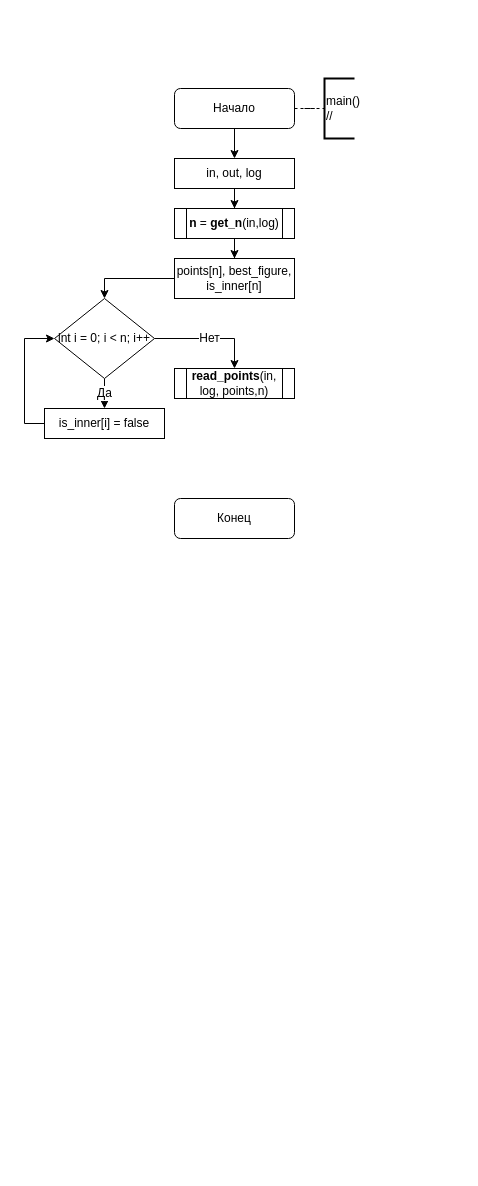
The draw.io diagram kursach/diagram.drawio in Nekttuman/Prog_labs, before the edit. Source tidied: cells renumbered, new cells numbered last; positions are measured from the earlier drawing's top-left corner, leaving out a move shared by most shapes. Both pictures are drawn from the tidied source at 100%, with x=0, y=0 at pixel (24, 78).
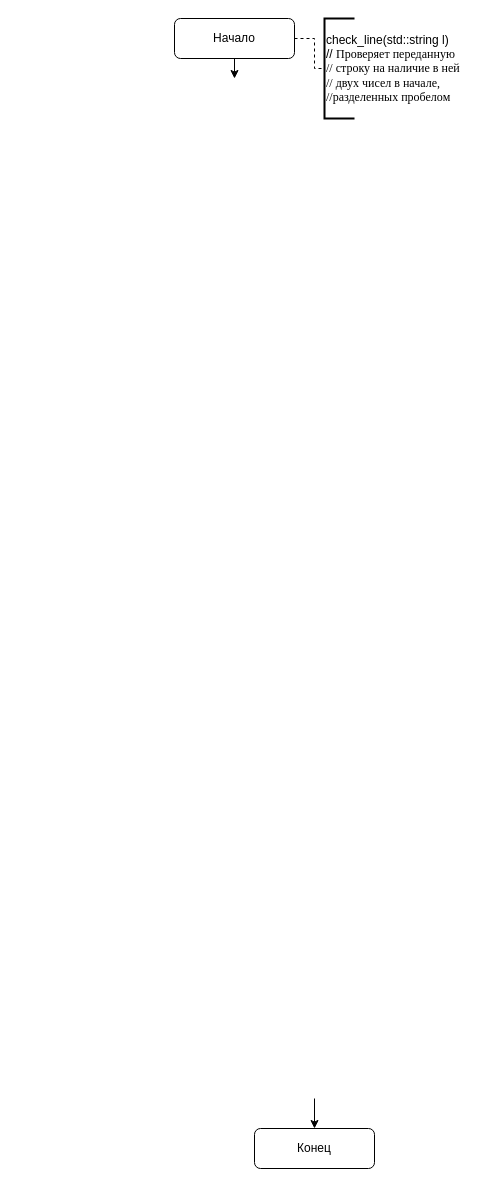
The same diagram, later.

Diff of the diagram source:
```diff
@@
-    <mxCell id="2" style="edgeStyle=orthogonalEdgeStyle;rounded=0;jettySize=auto;html=1;entryX=0.5;entryY=0;entryDx=0;entryDy=0;" parent="1" edge="1" source="4" target="7">
-      <mxGeometry relative="1" as="geometry" />
+    <mxCell id="2" style="edgeStyle=orthogonalEdgeStyle;rounded=0;jettySize=auto;html=1;entryX=0.5;entryY=0;entryDx=0;entryDy=0;" parent="1" edge="1" source="4">
+      <mxGeometry relative="1" as="geometry">
+        <mxPoint x="210" as="targetPoint" />
+      </mxGeometry>
     </mxCell>
@@
     <mxCell id="4" value="Начало" style="rounded=1;whiteSpace=wrap;html=1;fontSize=12;glass=0;strokeWidth=1;shadow=0;" parent="1" vertex="1">
-      <mxGeometry x="150" y="10" width="120" height="40" as="geometry" />
+      <mxGeometry x="150" y="-60" width="120" height="40" as="geometry" />
     </mxCell>
     <mxCell id="5" value="Конец" style="rounded=1;whiteSpace=wrap;html=1;fontSize=12;glass=0;strokeWidth=1;shadow=0;" parent="1" vertex="1">
-      <mxGeometry x="150" y="420" width="120" height="40" as="geometry" />
+      <mxGeometry x="230" y="1050" width="120" height="40" as="geometry" />
     </mxCell>
-    <mxCell id="6" style="edgeStyle=orthogonalEdgeStyle;rounded=0;jettySize=auto;html=1;entryX=0.5;entryY=0;entryDx=0;entryDy=0;" parent="1" edge="1" source="7" target="9">
-      <mxGeometry relative="1" as="geometry" />
-    </mxCell>
-    <mxCell id="7" value="in, out, log" style="rounded=0;whiteSpace=wrap;html=1;" parent="1" vertex="1">
-      <mxGeometry x="150" y="80" width="120" height="30" as="geometry" />
-    </mxCell>
-    <mxCell id="8" style="edgeStyle=orthogonalEdgeStyle;rounded=0;jettySize=auto;html=1;entryX=0.5;entryY=0;entryDx=0;entryDy=0;" parent="1" edge="1" source="9" target="11">
-      <mxGeometry relative="1" as="geometry" />
-    </mxCell>
-    <mxCell id="9" value="&lt;b&gt;n&lt;/b&gt; = &lt;b&gt;get_n&lt;/b&gt;(in,log)" style="shape=process;whiteSpace=wrap;html=1;backgroundOutline=1;" parent="1" vertex="1">
-      <mxGeometry x="150" y="130" width="120" height="30" as="geometry" />
-    </mxCell>
-    <mxCell id="10" style="edgeStyle=orthogonalEdgeStyle;rounded=0;jettySize=auto;html=1;entryX=0.5;entryY=0;entryDx=0;entryDy=0;" parent="1" edge="1" source="11" target="15">
-      <mxGeometry relative="1" as="geometry" />
-    </mxCell>
-    <mxCell id="11" value="points[n], best_figure, is_inner[n]" style="rounded=0;whiteSpace=wrap;html=1;" parent="1" vertex="1">
-      <mxGeometry x="150" y="180" width="120" height="40" as="geometry" />
-    </mxCell>
-    <mxCell id="12" value="&lt;b&gt;read_points&lt;/b&gt;(in,&lt;br&gt;log, points,n)" style="shape=process;whiteSpace=wrap;html=1;backgroundOutline=1;" parent="1" vertex="1">
-      <mxGeometry x="150" y="290" width="120" height="30" as="geometry" />
-    </mxCell>
-    <mxCell id="13" value="Да" style="edgeStyle=orthogonalEdgeStyle;rounded=0;jettySize=auto;html=1;fontSize=12;" parent="1" edge="1" source="15" target="17">
-      <mxGeometry relative="1" as="geometry" />
-    </mxCell>
-    <mxCell id="14" value="Нет" style="edgeStyle=orthogonalEdgeStyle;rounded=0;jettySize=auto;html=1;entryX=0.5;entryY=0;entryDx=0;entryDy=0;fontSize=12;" parent="1" edge="1" source="15" target="12">
-      <mxGeometry relative="1" as="geometry" />
-    </mxCell>
-    <mxCell id="15" value="&lt;font style=&quot;font-size: 12px&quot;&gt;int i = 0; i &amp;lt; n; i++&lt;/font&gt;" style="rhombus;whiteSpace=wrap;html=1;" parent="1" vertex="1">
-      <mxGeometry x="30" y="220" width="100" height="80" as="geometry" />
-    </mxCell>
-    <mxCell id="16" style="edgeStyle=orthogonalEdgeStyle;rounded=0;jettySize=auto;html=1;entryX=0;entryY=0.5;entryDx=0;entryDy=0;fontSize=12;" parent="1" edge="1" source="17" target="15">
-      <mxGeometry relative="1" as="geometry">
-        <Array as="points">
-          <mxPoint y="345" />
-          <mxPoint y="260" />
-        </Array>
-      </mxGeometry>
-    </mxCell>
-    <mxCell id="17" value="is_inner[i] = false" style="rounded=0;whiteSpace=wrap;html=1;fontSize=12;" parent="1" vertex="1">
-      <mxGeometry x="20" y="330" width="120" height="30" as="geometry" />
-    </mxCell>
-    <mxCell id="18" value="main()&lt;br&gt;//" style="strokeWidth=2;html=1;shape=mxgraph.flowchart.annotation_1;align=left;fontSize=12;" parent="1" vertex="1">
-      <mxGeometry x="300" width="30" height="60" as="geometry" />
+    <mxCell id="18" value="check_line(std::string l)&lt;font style=&quot;font-size: 12px&quot;&gt;&lt;br&gt;//&amp;nbsp;&lt;span style=&quot;font-family: &amp;#34;times new roman&amp;#34; , serif&quot;&gt;Проверяет переданную &lt;br&gt;// строку на наличие в ней&lt;br&gt;// двух чисел в начале, &lt;br&gt;//разделенных пробелом&lt;/span&gt;&lt;/font&gt;" style="strokeWidth=2;html=1;shape=mxgraph.flowchart.annotation_1;align=left;fontSize=12;" parent="1" vertex="1">
+      <mxGeometry x="300" y="-60" width="30" height="100" as="geometry" />
     </mxCell>
+    <mxCell id="19" style="edgeStyle=orthogonalEdgeStyle;rounded=0;jettySize=auto;html=1;entryX=0.5;entryY=0;entryDx=0;entryDy=0;" parent="1" edge="1" target="5">
+      <mxGeometry relative="1" as="geometry">
+        <mxPoint x="290" y="1020" as="sourcePoint" />
+      </mxGeometry>
+    </mxCell>
```
